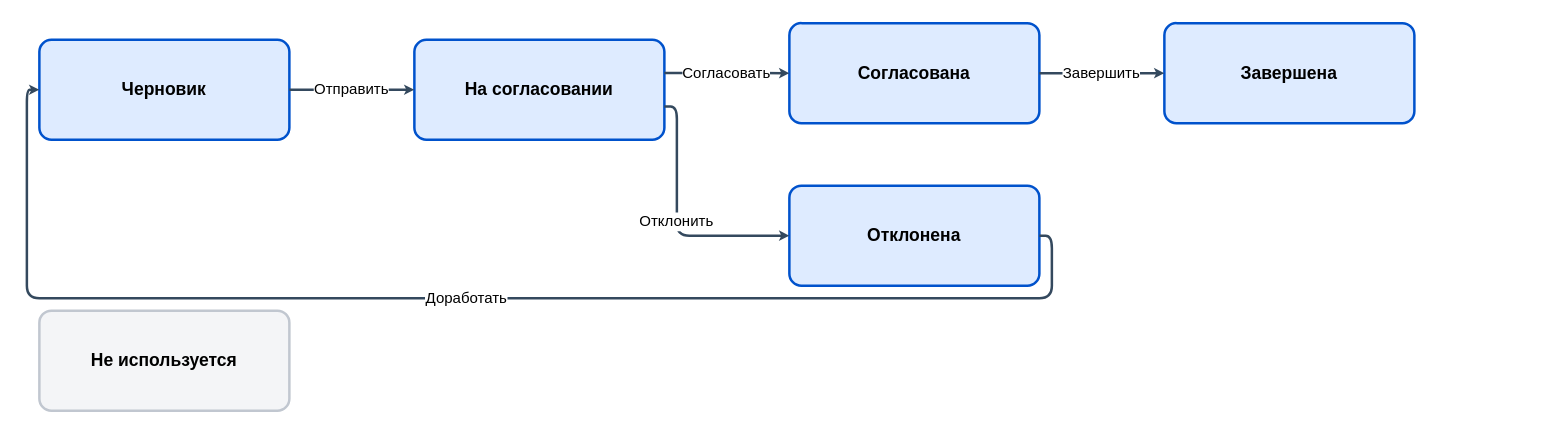
Saqqqner/DiagramKiln keeps this draw.io diagram as examples/order-status.drawio. Above is the earlier version. Source tidied: cells renumbered, new cells numbered last; positions are measured from the earlier drawing's top-left corner, leaving out a move shared by most shapes. Both pictures are drawn from the tidied source at 125%, with x=0, y=0 at pixel (26, 22).
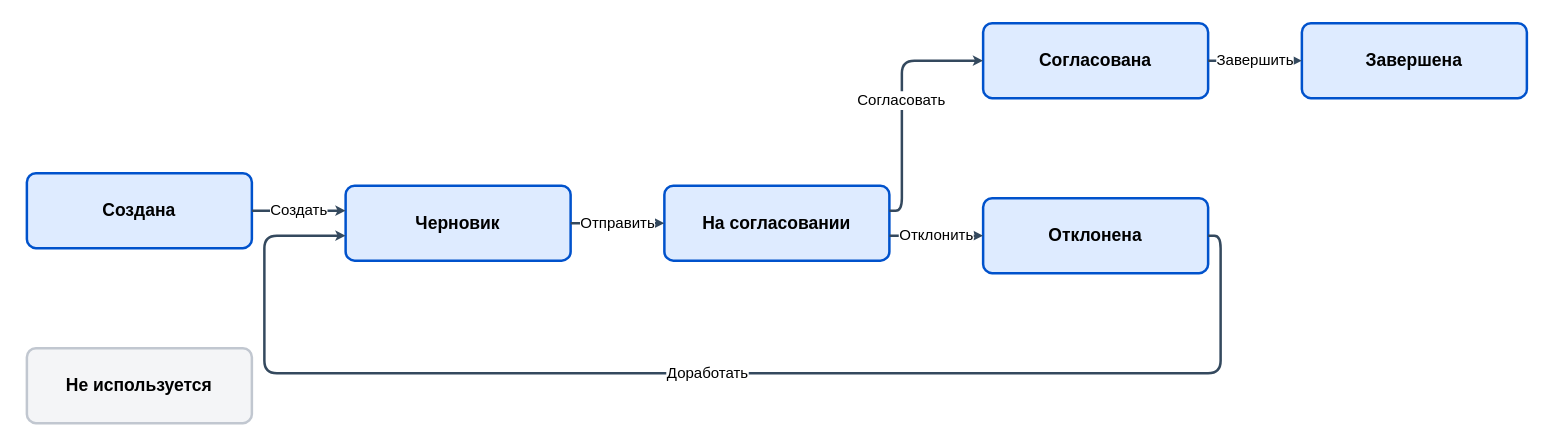
The same diagram, later.

What changed in the source:
```diff
@@
 <mxGraphModel>
   <root>
     <mxCell id="0" />
     <mxCell id="1" parent="0" />
-    <mxCell id="2" value="Черновик" style="shape=rectangle;rounded=1;arcSize=12.0;absoluteArcSize=0;fillColor=#DEEBFF;whiteSpace=wrap;html=0;strokeColor=#0052CC;strokeWidth=2.0;dashed=0;fontColor=#000000;fontSize=14.0;fontStyle=1;" parent="1" vertex="1">
-      <mxGeometry x="10" y="13.3" width="200" height="80" as="geometry" />
+    <mxCell id="2" value="Создана" style="shape=rectangle;rounded=1;arcSize=12.0;absoluteArcSize=0;fillColor=#DEEBFF;whiteSpace=wrap;html=0;strokeColor=#0052CC;strokeWidth=2.0;dashed=0;fontColor=#000000;fontSize=14.0;fontStyle=1;" parent="1" vertex="1">
+      <mxGeometry y="120" width="180" height="60" as="geometry" />
     </mxCell>
-    <mxCell id="3" value="На согласовании" style="shape=rectangle;rounded=1;arcSize=12.0;absoluteArcSize=0;fillColor=#DEEBFF;whiteSpace=wrap;html=0;strokeColor=#0052CC;strokeWidth=2.0;dashed=0;fontColor=#000000;fontSize=14.0;fontStyle=1;" parent="1" vertex="1">
-      <mxGeometry x="310" y="13.3" width="200" height="80" as="geometry" />
+    <mxCell id="3" value="Черновик" style="shape=rectangle;rounded=1;arcSize=12.0;absoluteArcSize=0;fillColor=#DEEBFF;whiteSpace=wrap;html=0;strokeColor=#0052CC;strokeWidth=2.0;dashed=0;fontColor=#000000;fontSize=14.0;fontStyle=1;" parent="1" vertex="1">
+      <mxGeometry x="255" y="130" width="180" height="60" as="geometry" />
     </mxCell>
-    <mxCell id="4" value="Согласована" style="shape=rectangle;rounded=1;arcSize=12.0;absoluteArcSize=0;fillColor=#DEEBFF;whiteSpace=wrap;html=0;strokeColor=#0052CC;strokeWidth=2.0;dashed=0;fontColor=#000000;fontSize=14.0;fontStyle=1;" parent="1" vertex="1">
-      <mxGeometry x="610" width="200" height="80" as="geometry" />
+    <mxCell id="4" value="На согласовании" style="shape=rectangle;rounded=1;arcSize=12.0;absoluteArcSize=0;fillColor=#DEEBFF;whiteSpace=wrap;html=0;strokeColor=#0052CC;strokeWidth=2.0;dashed=0;fontColor=#000000;fontSize=14.0;fontStyle=1;" parent="1" vertex="1">
+      <mxGeometry x="510" y="130" width="180" height="60" as="geometry" />
     </mxCell>
-    <mxCell id="5" value="Отклонена" style="shape=rectangle;rounded=1;arcSize=12.0;absoluteArcSize=0;fillColor=#DEEBFF;whiteSpace=wrap;html=0;strokeColor=#0052CC;strokeWidth=2.0;dashed=0;fontColor=#000000;fontSize=14.0;fontStyle=1;" parent="1" vertex="1">
-      <mxGeometry x="610" y="130" width="200" height="80" as="geometry" />
+    <mxCell id="5" value="Согласована" style="shape=rectangle;rounded=1;arcSize=12.0;absoluteArcSize=0;fillColor=#DEEBFF;whiteSpace=wrap;html=0;strokeColor=#0052CC;strokeWidth=2.0;dashed=0;fontColor=#000000;fontSize=14.0;fontStyle=1;" parent="1" vertex="1">
+      <mxGeometry x="765" width="180" height="60" as="geometry" />
     </mxCell>
-    <mxCell id="6" value="Завершена" style="shape=rectangle;rounded=1;arcSize=12.0;absoluteArcSize=0;fillColor=#DEEBFF;whiteSpace=wrap;html=0;strokeColor=#0052CC;strokeWidth=2.0;dashed=0;fontColor=#000000;fontSize=14.0;fontStyle=1;" parent="1" vertex="1">
-      <mxGeometry x="910" width="200" height="80" as="geometry" />
+    <mxCell id="6" value="Отклонена" style="shape=rectangle;rounded=1;arcSize=12.0;absoluteArcSize=0;fillColor=#DEEBFF;whiteSpace=wrap;html=0;strokeColor=#0052CC;strokeWidth=2.0;dashed=0;fontColor=#000000;fontSize=14.0;fontStyle=1;" parent="1" vertex="1">
+      <mxGeometry x="765" y="140" width="180" height="60" as="geometry" />
     </mxCell>
-    <mxCell id="7" value="Не используется" style="shape=rectangle;rounded=1;arcSize=12.0;absoluteArcSize=0;fillColor=#F4F5F7;whiteSpace=wrap;html=0;strokeColor=#C1C7D0;strokeWidth=2.0;dashed=0;fontColor=#000000;fontSize=14.0;fontStyle=1;" parent="1" vertex="1">
-      <mxGeometry x="10" y="230" width="200" height="80" as="geometry" />
+    <mxCell id="7" value="Завершена" style="shape=rectangle;rounded=1;arcSize=12.0;absoluteArcSize=0;fillColor=#DEEBFF;whiteSpace=wrap;html=0;strokeColor=#0052CC;strokeWidth=2.0;dashed=0;fontColor=#000000;fontSize=14.0;fontStyle=1;" parent="1" vertex="1">
+      <mxGeometry x="1020" width="180" height="60" as="geometry" />
     </mxCell>
+    <mxCell id="13" value="Не используется" style="shape=rectangle;rounded=1;arcSize=12.0;absoluteArcSize=0;fillColor=#F4F5F7;whiteSpace=wrap;html=0;strokeColor=#C1C7D0;strokeWidth=2.0;dashed=0;fontColor=#000000;fontSize=14.0;fontStyle=1;" parent="1" vertex="1">
+      <mxGeometry y="260" width="180" height="60" as="geometry" />
+    </mxCell>
-    <mxCell id="8" value="Отправить" style="noEdgeStyle=1;rounded=1;arcSize=20.0;jumpStyle=gap;jumpSize=6.0;endSize=2.0;exitPerimeter=0;entryPerimeter=0;startArrow=none;endArrow=classic;startFill=1;endFill=1;whiteSpace=wrap;html=0;strokeColor=#34495E;strokeWidth=2.0;dashed=0;fontColor=#000000;fontSize=12.0;fontStyle=0;exitX=1.0;exitY=0.5;entryX=0.0;entryY=0.5;" parent="1" edge="1" source="2" target="3">
+    <mxCell id="8" value="Создать" style="noEdgeStyle=1;rounded=1;arcSize=20.0;jumpStyle=gap;jumpSize=6.0;endSize=2.0;exitPerimeter=0;entryPerimeter=0;startArrow=none;endArrow=classic;startFill=1;endFill=1;whiteSpace=wrap;html=0;strokeColor=#34495E;strokeWidth=2.0;dashed=0;fontColor=#000000;fontSize=12.0;fontStyle=0;exitX=1.0;exitY=0.5;entryX=0.0;entryY=0.3333333333333333;" parent="1" edge="1" source="2" target="3">
       <mxGeometry relative="1" as="geometry" />
     </mxCell>
-    <mxCell id="9" value="Согласовать" style="noEdgeStyle=1;rounded=1;arcSize=20.0;jumpStyle=gap;jumpSize=6.0;endSize=2.0;exitPerimeter=0;entryPerimeter=0;startArrow=none;endArrow=classic;startFill=1;endFill=1;whiteSpace=wrap;html=0;strokeColor=#34495E;strokeWidth=2.0;dashed=0;fontColor=#000000;fontSize=12.0;fontStyle=0;exitX=1.0;exitY=0.33333333333333337;entryX=0.0;entryY=0.5;" parent="1" edge="1" source="3" target="4">
+    <mxCell id="9" value="Отправить" style="noEdgeStyle=1;rounded=1;arcSize=20.0;jumpStyle=gap;jumpSize=6.0;endSize=2.0;exitPerimeter=0;entryPerimeter=0;startArrow=none;endArrow=classic;startFill=1;endFill=1;whiteSpace=wrap;html=0;strokeColor=#34495E;strokeWidth=2.0;dashed=0;fontColor=#000000;fontSize=12.0;fontStyle=0;exitX=1.0;exitY=0.5;entryX=0.0;entryY=0.5;" parent="1" edge="1" source="3" target="4">
       <mxGeometry relative="1" as="geometry" />
     </mxCell>
-    <mxCell id="10" value="Отклонить" style="noEdgeStyle=1;rounded=1;arcSize=20.0;jumpStyle=gap;jumpSize=6.0;endSize=2.0;exitPerimeter=0;entryPerimeter=0;startArrow=none;endArrow=classic;startFill=1;endFill=1;whiteSpace=wrap;html=0;strokeColor=#34495E;strokeWidth=2.0;dashed=0;fontColor=#000000;fontSize=12.0;fontStyle=0;exitX=1.0;exitY=0.6666666666666667;entryX=0.0;entryY=0.5;" parent="1" edge="1" source="3" target="5">
+    <mxCell id="10" value="Согласовать" style="noEdgeStyle=1;rounded=1;arcSize=20.0;jumpStyle=gap;jumpSize=6.0;endSize=2.0;exitPerimeter=0;entryPerimeter=0;startArrow=none;endArrow=classic;startFill=1;endFill=1;whiteSpace=wrap;html=0;strokeColor=#34495E;strokeWidth=2.0;dashed=0;fontColor=#000000;fontSize=12.0;fontStyle=0;exitX=1.0;exitY=0.3333333333333333;entryX=0.0;entryY=0.5;" parent="1" edge="1" source="4" target="5">
       <mxGeometry relative="1" as="geometry">
         <Array as="points">
-          <mxPoint x="520" y="66.7" />
-          <mxPoint x="520" y="170" />
+          <mxPoint x="700" y="150" />
+          <mxPoint x="700" y="30" />
         </Array>
       </mxGeometry>
     </mxCell>
-    <mxCell id="11" value="Доработать" style="noEdgeStyle=1;rounded=1;arcSize=20.0;jumpStyle=gap;jumpSize=6.0;endSize=2.0;exitPerimeter=0;entryPerimeter=0;startArrow=none;endArrow=classic;startFill=1;endFill=1;whiteSpace=wrap;html=0;strokeColor=#34495E;strokeWidth=2.0;dashed=0;fontColor=#000000;fontSize=12.0;fontStyle=0;exitX=1.0;exitY=0.5;entryX=0.0;entryY=0.5;" parent="1" edge="1" source="5" target="2">
-      <mxGeometry relative="1" as="geometry">
-        <Array as="points">
-          <mxPoint x="820" y="170" />
-          <mxPoint x="820" y="220" />
-          <mxPoint y="220" />
-          <mxPoint y="53.3" />
-        </Array>
-      </mxGeometry>
+    <mxCell id="11" value="Отклонить" style="noEdgeStyle=1;rounded=1;arcSize=20.0;jumpStyle=gap;jumpSize=6.0;endSize=2.0;exitPerimeter=0;entryPerimeter=0;startArrow=none;endArrow=classic;startFill=1;endFill=1;whiteSpace=wrap;html=0;strokeColor=#34495E;strokeWidth=2.0;dashed=0;fontColor=#000000;fontSize=12.0;fontStyle=0;exitX=1.0;exitY=0.6666666666666666;entryX=0.0;entryY=0.5;" parent="1" edge="1" source="4" target="6">
+      <mxGeometry relative="1" as="geometry" />
     </mxCell>
-    <mxCell id="12" value="Завершить" style="noEdgeStyle=1;rounded=1;arcSize=20.0;jumpStyle=gap;jumpSize=6.0;endSize=2.0;exitPerimeter=0;entryPerimeter=0;startArrow=none;endArrow=classic;startFill=1;endFill=1;whiteSpace=wrap;html=0;strokeColor=#34495E;strokeWidth=2.0;dashed=0;fontColor=#000000;fontSize=12.0;fontStyle=0;exitX=1.0;exitY=0.5;entryX=0.0;entryY=0.5;" parent="1" edge="1" source="4" target="6">
-      <mxGeometry relative="1" as="geometry" />
+    <mxCell id="12" value="Доработать" style="noEdgeStyle=1;rounded=1;arcSize=20.0;jumpStyle=gap;jumpSize=6.0;endSize=2.0;exitPerimeter=0;entryPerimeter=0;startArrow=none;endArrow=classic;startFill=1;endFill=1;whiteSpace=wrap;html=0;strokeColor=#34495E;strokeWidth=2.0;dashed=0;fontColor=#000000;fontSize=12.0;fontStyle=0;exitX=1.0;exitY=0.5;entryX=0.0;entryY=0.6666666666666666;" parent="1" edge="1" source="6" target="3">
+      <mxGeometry relative="1" as="geometry">
+        <Array as="points">
+          <mxPoint x="955" y="170" />
+          <mxPoint x="955" y="280" />
+          <mxPoint x="190" y="280" />
+          <mxPoint x="190" y="170" />
+        </Array>
+      </mxGeometry>
     </mxCell>
+    <mxCell id="14" value="Завершить" style="noEdgeStyle=1;rounded=1;arcSize=20.0;jumpStyle=gap;jumpSize=6.0;endSize=2.0;exitPerimeter=0;entryPerimeter=0;startArrow=none;endArrow=classic;startFill=1;endFill=1;whiteSpace=wrap;html=0;strokeColor=#34495E;strokeWidth=2.0;dashed=0;fontColor=#000000;fontSize=12.0;fontStyle=0;exitX=1.0;exitY=0.5;entryX=0.0;entryY=0.5;" parent="1" edge="1" source="5" target="7">
+      <mxGeometry relative="1" as="geometry" />
+    </mxCell>
   </root>
 </mxGraphModel>
```
